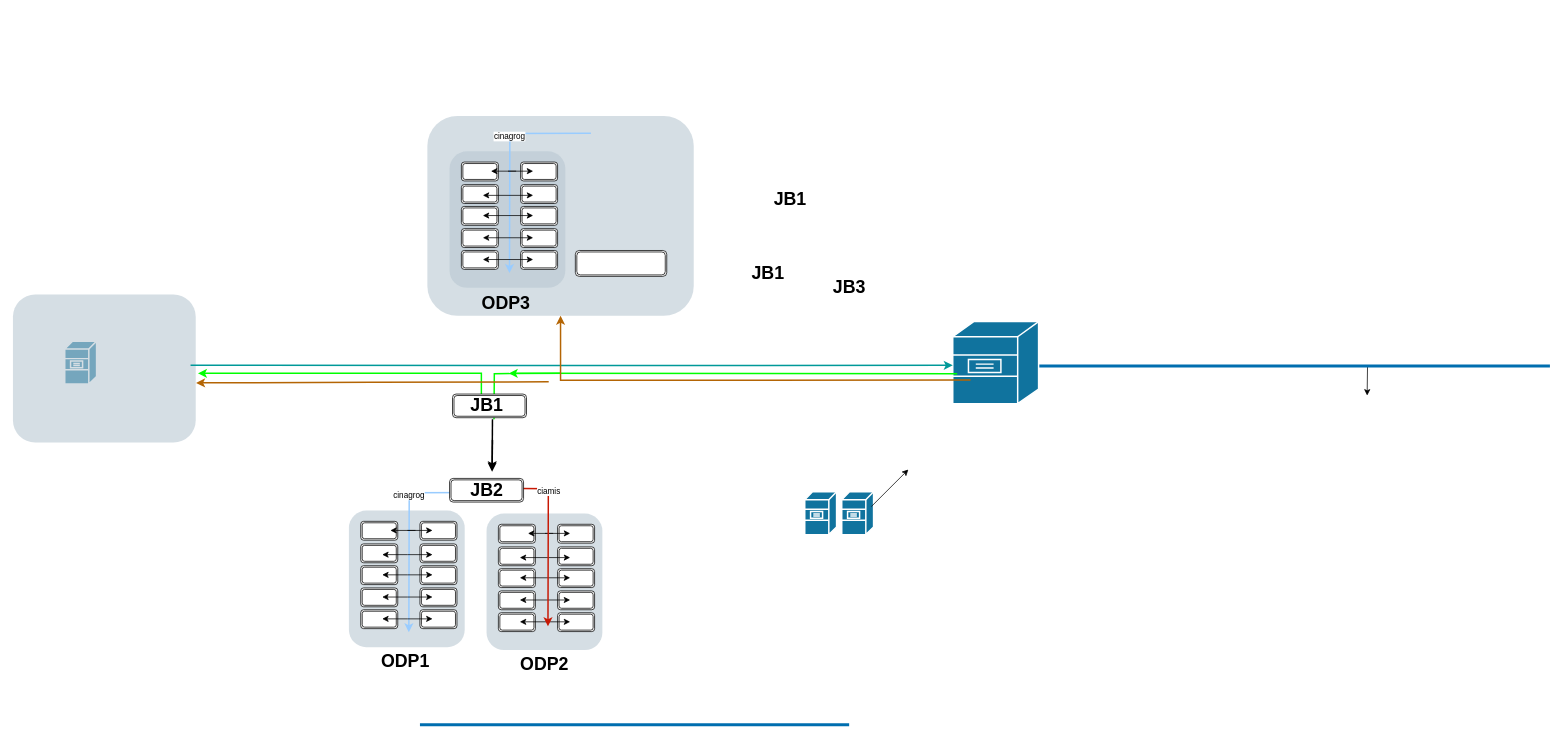
nanaperm12/mapping-odp keeps this draw.io diagram as odpcms/Diagram Tanpa Judul.drawio. Above is the earlier version. Source tidied: cells renumbered, new cells numbered last; positions are measured from the earlier drawing's top-left corner, leaving out a move shared by most shapes. Both pictures are drawn from the tidied source at 74%, with x=0, y=0 at pixel (13, 115).
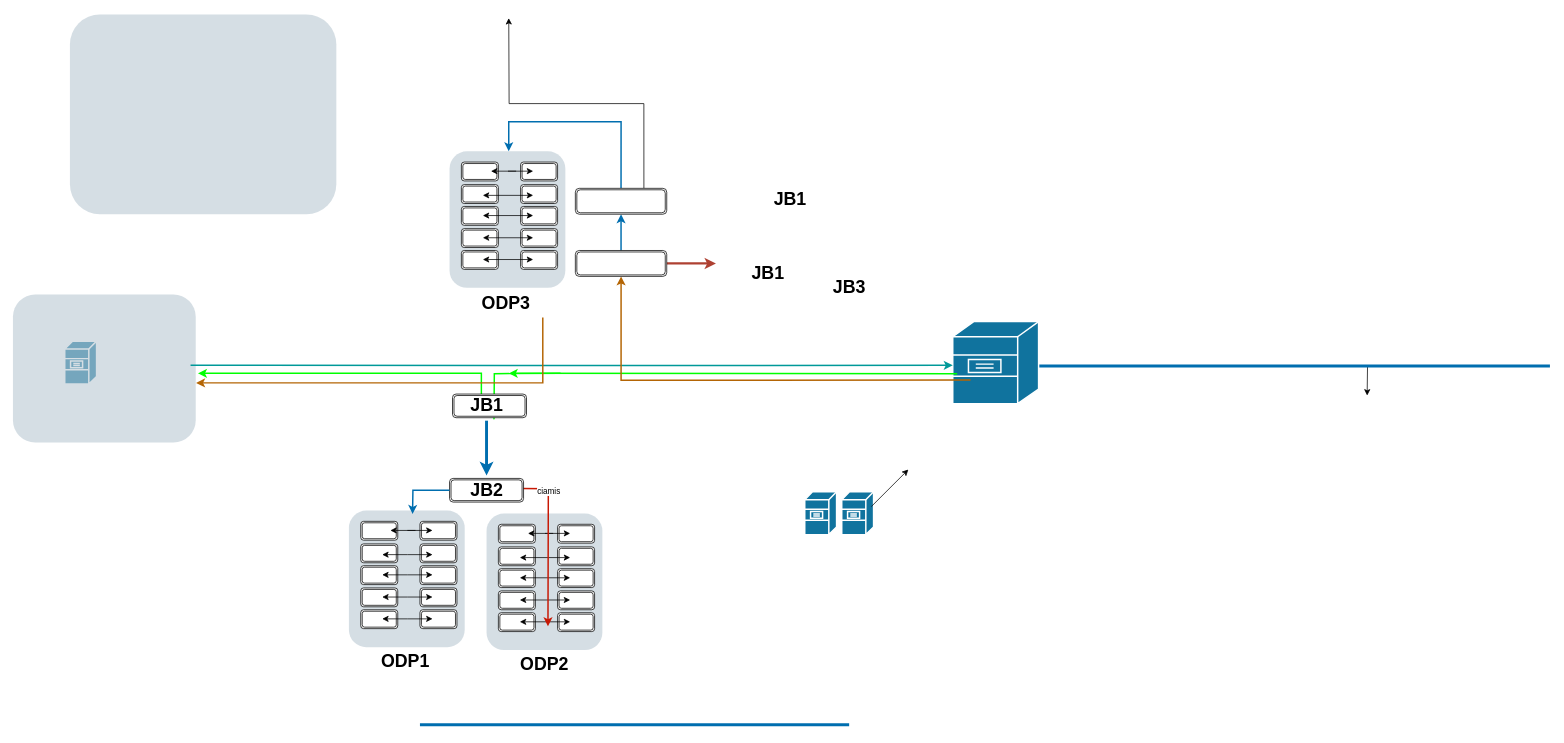
The same diagram, later.

Commit message:
add odp sukatamu odp3

Unchanged cells that the change refers to:
```xml
<mxCell id="63" style="rounded=1;whiteSpace=wrap;html=1;strokeColor=none;fillColor=#BAC8D3;fontSize=24;fontColor=#23445D;align=center;opacity=60;" parent="1" vertex="1">
  <mxGeometry y="241.5" width="247" height="200" as="geometry" />
</mxCell>
<mxCell id="89" value="ODP3" style="text;strokeColor=none;fillColor=none;html=1;fontSize=24;fontStyle=1;verticalAlign=middle;align=center;" parent="1" vertex="1">
  <mxGeometry x="616" y="232.5" width="100" height="40" as="geometry" />
</mxCell>
<mxCell id="94" value="JB1&lt;br&gt;" style="text;strokeColor=none;fillColor=none;html=1;fontSize=24;fontStyle=1;verticalAlign=middle;align=center;" parent="1" vertex="1">
  <mxGeometry x="590" y="372" width="100" height="40" as="geometry" />
</mxCell>
<mxCell id="95" value="JB2" style="text;strokeColor=none;fillColor=none;html=1;fontSize=24;fontStyle=1;verticalAlign=middle;align=center;" parent="1" vertex="1">
  <mxGeometry x="590" y="486" width="100" height="40" as="geometry" />
</mxCell>
<mxCell id="99" style="shape=ext;double=1;rounded=1;whiteSpace=wrap;html=1;" parent="1" vertex="1">
  <mxGeometry x="760" y="182" width="123.5" height="35" as="geometry" />
</mxCell>
```

The edit, as a diff of the source:
```diff
@@
     <mxCell id="2" style="rounded=1;whiteSpace=wrap;html=1;strokeColor=none;fillColor=#BAC8D3;fontSize=24;fontColor=#23445D;align=center;opacity=60;" parent="1" vertex="1">
-      <mxGeometry x="560" y="0.2" width="360" height="270" as="geometry" />
+      <mxGeometry x="77" y="-137" width="360" height="270" as="geometry" />
     </mxCell>
@@
-    <mxCell id="11" style="endArrow=classic;html=1;rounded=0;strokeWidth=2;" parent="1" edge="1">
-      <mxGeometry relative="1" as="geometry">
-        <mxPoint x="648" y="438" as="sourcePoint" />
-        <mxPoint x="647.5" y="479" as="targetPoint" />
-      </mxGeometry>
-    </mxCell>
-    <mxCell id="12" style="edgeStyle=orthogonalEdgeStyle;rounded=0;orthogonalLoop=1;jettySize=auto;html=1;fillColor=#fad9d5;strokeColor=#99CCFF;strokeWidth=2;" parent="1" edge="1">
-      <mxGeometry relative="1" as="geometry">
-        <mxPoint x="645" y="509" as="sourcePoint" />
-        <mxPoint x="535" y="698" as="targetPoint" />
-      </mxGeometry>
-    </mxCell>
-    <mxCell id="13" value="cinagrog" style="edgeLabel;html=1;align=center;verticalAlign=middle;" parent="12" vertex="1">
-      <mxGeometry x="-0.24" y="-1" relative="1" as="geometry" />
-    </mxCell>
@@
-    <mxCell id="65" style="edgeStyle=orthogonalEdgeStyle;rounded=0;jettySize=auto;html=1;exitX=0.052;exitY=0.635;exitDx=0;exitDy=0;exitPerimeter=0;fillColor=#fad7ac;strokeColor=#b46504;strokeWidth=2;entryX=0.5;entryY=1;entryDx=0;entryDy=0;" parent="1" edge="1" target="2">
+    <mxCell id="65" style="edgeStyle=orthogonalEdgeStyle;rounded=0;jettySize=auto;html=1;exitX=0.052;exitY=0.635;exitDx=0;exitDy=0;exitPerimeter=0;fillColor=#fad7ac;strokeColor=#b46504;strokeWidth=2;" parent="1" edge="1" target="99">
       <mxGeometry relative="1" as="geometry">
         <mxPoint x="1294" y="357" as="sourcePoint" />
       </mxGeometry>
     </mxCell>
@@
-    <mxCell id="67" style="edgeStyle=orthogonalEdgeStyle;rounded=0;orthogonalLoop=1;jettySize=auto;html=1;fillColor=#fad9d5;strokeColor=#99CCFF;strokeWidth=2;" parent="1" edge="1">
-      <mxGeometry relative="1" as="geometry">
-        <mxPoint x="781" y="23.5" as="sourcePoint" />
-        <mxPoint x="671" y="212.5" as="targetPoint" />
-      </mxGeometry>
-    </mxCell>
-    <mxCell id="68" value="cinagrog" style="edgeLabel;html=1;align=center;verticalAlign=middle;" parent="67" vertex="1">
-      <mxGeometry x="-0.24" y="-1" relative="1" as="geometry" />
-    </mxCell>
@@
-    <mxCell id="90" style="endArrow=classic;html=1;rounded=0;strokeWidth=2;" parent="1" edge="1">
-      <mxGeometry relative="1" as="geometry">
-        <mxPoint x="648" y="410" as="sourcePoint" />
-        <mxPoint x="647.5" y="481" as="targetPoint" />
-      </mxGeometry>
-    </mxCell>
@@
+    <mxCell id="101" style="edgeStyle=orthogonalEdgeStyle;rounded=0;jettySize=auto;html=1;exitX=0.5;exitY=1;exitDx=0;exitDy=0;entryX=0.5;entryY=0;entryDx=0;entryDy=0;strokeWidth=4;fillColor=#1ba1e2;strokeColor=#006EAF;" parent="1" edge="1" source="94" target="95">
+      <mxGeometry relative="1" as="geometry" />
+    </mxCell>
@@
+    <mxCell id="102" style="edgeStyle=orthogonalEdgeStyle;rounded=0;jettySize=auto;html=1;exitX=0;exitY=0.5;exitDx=0;exitDy=0;strokeWidth=2;fillColor=#1ba1e2;strokeColor=#006EAF;" parent="1" edge="1" source="95">
+      <mxGeometry relative="1" as="geometry">
+        <mxPoint x="540" y="538" as="targetPoint" />
+      </mxGeometry>
+    </mxCell>
@@
+    <mxCell id="103" style="edgeStyle=orthogonalEdgeStyle;rounded=0;jettySize=auto;html=1;exitX=1;exitY=0.5;exitDx=0;exitDy=0;fillColor=#fad9d5;strokeColor=#ae4132;strokeWidth=3;" parent="1" edge="1" source="99">
+      <mxGeometry relative="1" as="geometry">
+        <mxPoint x="950" y="199.5" as="targetPoint" />
+      </mxGeometry>
+    </mxCell>
+    <mxCell id="104" style="edgeStyle=orthogonalEdgeStyle;rounded=0;jettySize=auto;html=1;exitX=0.5;exitY=0;exitDx=0;exitDy=0;entryX=0.5;entryY=1;entryDx=0;entryDy=0;fillColor=#1ba1e2;strokeColor=#006EAF;strokeWidth=2;" parent="1" edge="1" source="99" target="107">
+      <mxGeometry relative="1" as="geometry" />
+    </mxCell>
@@
-    <mxCell id="100" style="edgeStyle=orthogonalEdgeStyle;rounded=0;jettySize=auto;html=1;exitX=0.052;exitY=0.635;exitDx=0;exitDy=0;exitPerimeter=0;fillColor=#fad7ac;strokeColor=#b46504;strokeWidth=2;entryX=1.002;entryY=0.597;entryDx=0;entryDy=0;entryPerimeter=0;" parent="1" edge="1" target="63">
-      <mxGeometry relative="1" as="geometry">
-        <mxPoint x="724" y="359.5" as="sourcePoint" />
-      </mxGeometry>
+    <mxCell id="100" style="edgeStyle=orthogonalEdgeStyle;rounded=0;jettySize=auto;html=1;exitX=1;exitY=1;exitDx=0;exitDy=0;fillColor=#fad7ac;strokeColor=#b46504;strokeWidth=2;entryX=1.002;entryY=0.597;entryDx=0;entryDy=0;entryPerimeter=0;" parent="1" edge="1" source="89" target="63">
+      <mxGeometry relative="1" as="geometry" />
     </mxCell>
+    <mxCell id="105" style="edgeStyle=orthogonalEdgeStyle;rounded=0;jettySize=auto;html=1;exitX=0.5;exitY=0;exitDx=0;exitDy=0;fillColor=#1ba1e2;strokeColor=#006EAF;strokeWidth=2;" parent="1" edge="1" source="107">
+      <mxGeometry relative="1" as="geometry">
+        <mxPoint x="670" y="48" as="targetPoint" />
+        <Array as="points">
+          <mxPoint x="822" y="8" />
+        </Array>
+      </mxGeometry>
+    </mxCell>
+    <mxCell id="106" style="edgeStyle=orthogonalEdgeStyle;rounded=0;jettySize=auto;html=1;exitX=0.75;exitY=0;exitDx=0;exitDy=0;" parent="1" edge="1" source="107">
+      <mxGeometry relative="1" as="geometry">
+        <mxPoint x="670" y="-132" as="targetPoint" />
+      </mxGeometry>
+    </mxCell>
+    <mxCell id="107" style="shape=ext;double=1;rounded=1;whiteSpace=wrap;html=1;" parent="1" vertex="1">
+      <mxGeometry x="760" y="98" width="123.5" height="35" as="geometry" />
+    </mxCell>
```
